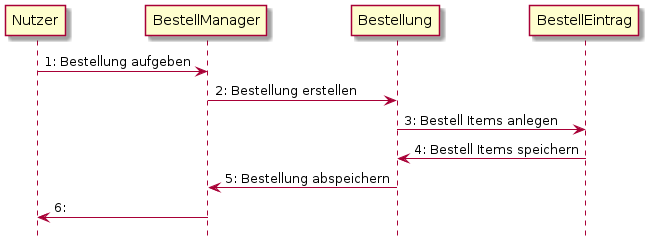
shinyonogi/SWT keeps this PlantUML diagram as src/main/asciidoc/images/sequence_usecases/sequence_uc120.png. Above is the earlier version.
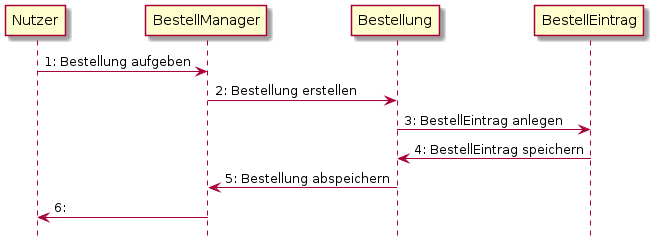
After the change.

Commit message:
minor fixes in sequence diagramms for usecases #22

Change to the diagram source:
```diff
@@ -3,8 +3,8 @@
 
 Nutzer -> BestellManager:  1: Bestellung aufgeben
 BestellManager -> Bestellung: 2: Bestellung erstellen
-Bestellung -> BestellEintrag: 3: Bestell Items anlegen
-Bestellung <- BestellEintrag: 4: Bestell Items speichern
+Bestellung -> BestellEintrag: 3: BestellEintrag anlegen
+Bestellung <- BestellEintrag: 4: BestellEintrag speichern
 BestellManager <- Bestellung: 5: Bestellung abspeichern
 Nutzer <- BestellManager: 6:
 
```
